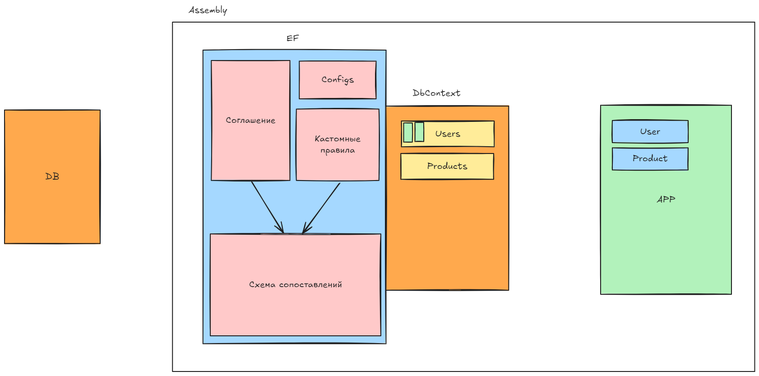
silvercodes/p32_p34_ado_net_ef keeps this Excalidraw diagram as img/ef.excalidraw.png. Above is the earlier version. Source tidied: one line per element, renumbered; positions are measured from the earlier drawing's top-left corner, leaving out a move shared by most shapes.
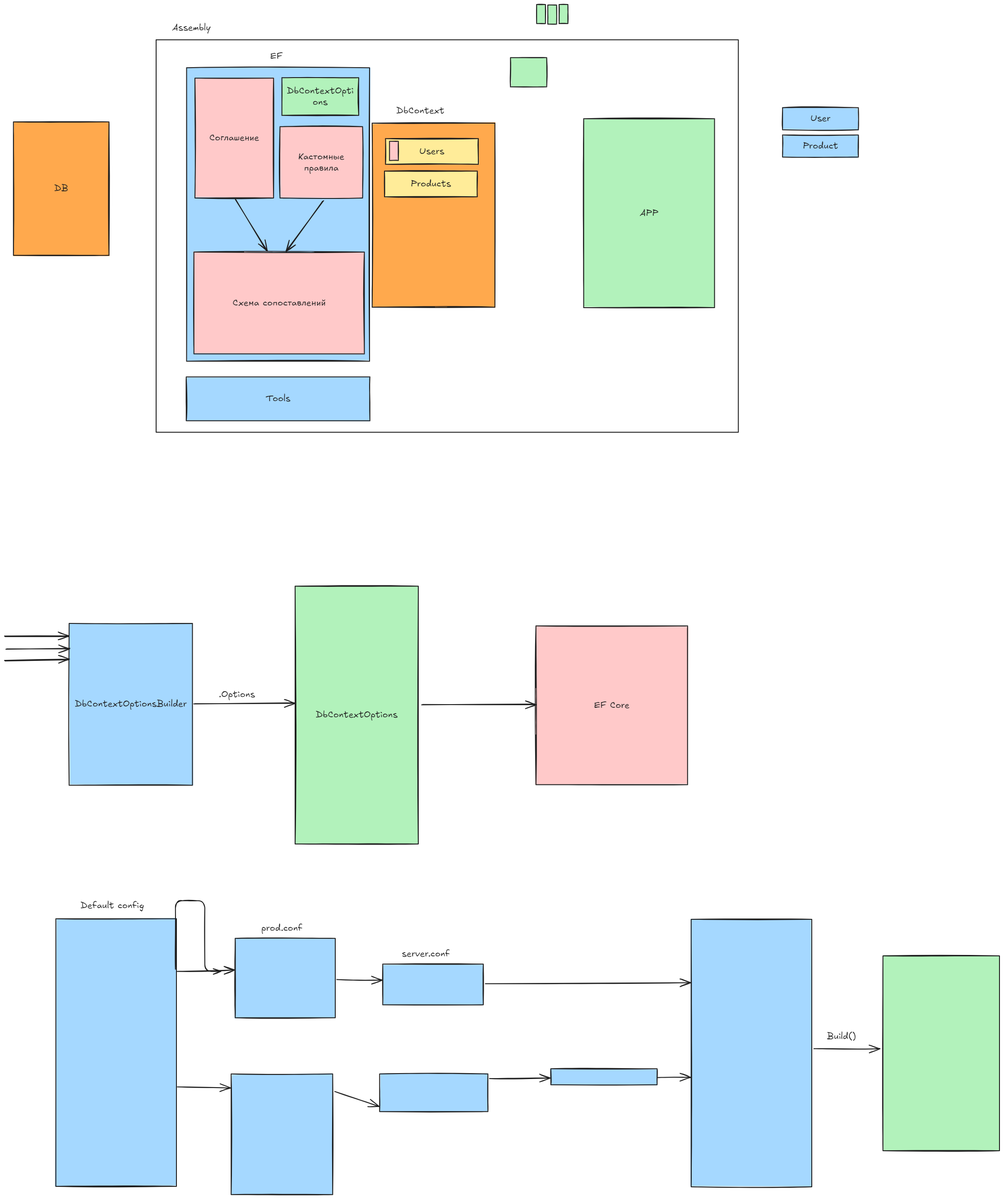
After the commit.

What changed in the source:
```diff
@@ -1,30 +1,66 @@
-{"id": 0, "type": "rectangle", "strokeColor": "#1e1e1e", "backgroundColor": "#ffa94d", "fillStyle": "solid", "strokeWidth": 2, "roughness": 1, "x": 0, "y": 234, "width": 212, "height": 296}
+{"id": 0, "type": "rectangle", "strokeColor": "#1e1e1e", "backgroundColor": "#ffa94d", "fillStyle": "solid", "strokeWidth": 2, "roughness": 1, "x": 56, "y": 221, "width": 212, "height": 296}
-{"id": 1, "type": "text", "text": "DB", "strokeColor": "#1e1e1e", "backgroundColor": "#ffa94d", "fillStyle": "solid", "strokeWidth": 2, "roughness": 1, "fontSize": 20, "fontFamily": 5, "textAlign": "center", "verticalAlign": "middle", "inside": 0, "x": 91, "y": 369, "width": 31, "height": 25}
+{"id": 1, "type": "text", "text": "DB", "strokeColor": "#1e1e1e", "backgroundColor": "#ffa94d", "fillStyle": "solid", "strokeWidth": 2, "roughness": 1, "fontSize": 20, "fontFamily": 5, "textAlign": "center", "verticalAlign": "middle", "inside": 0, "x": 147, "y": 357, "width": 31, "height": 25}
-{"id": 2, "type": "rectangle", "strokeColor": "#1e1e1e", "backgroundColor": "#b2f2bb", "fillStyle": "solid", "strokeWidth": 2, "roughness": 1, "x": 1321, "y": 223, "width": 290, "height": 419}
+{"id": 2, "type": "rectangle", "strokeColor": "#1e1e1e", "backgroundColor": "#b2f2bb", "fillStyle": "solid", "strokeWidth": 2, "roughness": 1, "x": 1320, "y": 214, "width": 290, "height": 419}
-{"id": 3, "type": "text", "text": "APP", "strokeColor": "#1e1e1e", "backgroundColor": "#ffa94d", "fillStyle": "solid", "strokeWidth": 2, "roughness": 1, "fontSize": 20, "fontFamily": 5, "textAlign": "center", "verticalAlign": "middle", "inside": 2, "x": 1445, "y": 420, "width": 41, "height": 25}
+{"id": 3, "type": "text", "text": "APP", "strokeColor": "#1e1e1e", "backgroundColor": "#ffa94d", "fillStyle": "solid", "strokeWidth": 2, "roughness": 1, "fontSize": 20, "fontFamily": 5, "textAlign": "center", "verticalAlign": "middle", "inside": 2, "x": 1444, "y": 411, "width": 41, "height": 25}
 {"id": 4, "type": "rectangle", "strokeColor": "#1e1e1e", "backgroundColor": "#a5d8ff", "fillStyle": "solid", "strokeWidth": 2, "roughness": 1, "x": 440, "y": 101, "width": 406, "height": 650}
 {"id": 5, "type": "text", "text": "EF", "strokeColor": "#1e1e1e", "backgroundColor": "#a5d8ff", "fillStyle": "solid", "strokeWidth": 2, "roughness": 1, "fontSize": 20, "fontFamily": 5, "x": 625, "y": 63, "width": 27, "height": 25}
-{"id": 6, "type": "rectangle", "strokeColor": "#1e1e1e", "backgroundColor": "#ffc9c9", "fillStyle": "solid", "strokeWidth": 2, "roughness": 1, "x": 456, "y": 508, "width": 378, "height": 226}
+{"id": 6, "type": "rectangle", "strokeColor": "#1e1e1e", "backgroundColor": "#ffc9c9", "fillStyle": "solid", "strokeWidth": 2, "roughness": 1, "x": 456, "y": 509, "width": 378, "height": 226}
-{"id": 7, "type": "text", "text": "Схема сопоставлений", "strokeColor": "#1e1e1e", "backgroundColor": "#ffc9c9", "fillStyle": "solid", "strokeWidth": 2, "roughness": 1, "fontSize": 20, "fontFamily": 5, "textAlign": "center", "verticalAlign": "middle", "inside": 6, "x": 542, "y": 609, "width": 206, "height": 25}
+{"id": 7, "type": "text", "text": "Схема сопоставлений", "strokeColor": "#1e1e1e", "backgroundColor": "#ffc9c9", "fillStyle": "solid", "strokeWidth": 2, "roughness": 1, "fontSize": 20, "fontFamily": 5, "textAlign": "center", "verticalAlign": "middle", "inside": 6, "x": 542, "y": 610, "width": 206, "height": 25}
 {"id": 8, "type": "rectangle", "strokeColor": "#1e1e1e", "backgroundColor": "#ffc9c9", "fillStyle": "solid", "strokeWidth": 2, "roughness": 1, "x": 458, "y": 124, "width": 174, "height": 266}
 {"id": 9, "type": "text", "text": "Соглашение", "strokeColor": "#1e1e1e", "backgroundColor": "#ffc9c9", "fillStyle": "solid", "strokeWidth": 2, "roughness": 1, "fontSize": 20, "fontFamily": 5, "textAlign": "center", "verticalAlign": "middle", "inside": 8, "x": 490, "y": 244, "width": 110, "height": 25}
 {"id": 10, "type": "rectangle", "strokeColor": "#1e1e1e", "backgroundColor": "#ffc9c9", "fillStyle": "solid", "strokeWidth": 2, "roughness": 1, "x": 647, "y": 232, "width": 183, "height": 158}
 {"id": 11, "type": "text", "text": "Кастомные\nправила", "strokeColor": "#1e1e1e", "backgroundColor": "#ffc9c9", "fillStyle": "solid", "strokeWidth": 2, "roughness": 1, "fontSize": 20, "fontFamily": 5, "textAlign": "center", "verticalAlign": "middle", "inside": 10, "x": 687, "y": 286, "width": 102, "height": 50}
-{"id": 12, "type": "arrow", "strokeColor": "#1e1e1e", "backgroundColor": "#ffc9c9", "fillStyle": "solid", "strokeWidth": 2, "roughness": 1, "endArrowhead": "arrow", "round": true, "from": 8, "to": 6, "x": 548, "y": 393, "width": 69, "height": 112, "points": [[0, 0], [69, 112]]}
+{"id": 12, "type": "arrow", "strokeColor": "#1e1e1e", "backgroundColor": "#ffc9c9", "fillStyle": "solid", "strokeWidth": 2, "roughness": 1, "endArrowhead": "arrow", "round": true, "from": 8, "to": 6, "x": 548, "y": 393, "width": 69, "height": 113, "points": [[0, 0], [69, 113]]}
-{"id": 13, "type": "arrow", "strokeColor": "#1e1e1e", "backgroundColor": "#ffc9c9", "fillStyle": "solid", "strokeWidth": 2, "roughness": 1, "endArrowhead": "arrow", "round": true, "from": 10, "to": 6, "x": 741, "y": 397, "width": 81, "height": 110, "points": [[0, 0], [-81, 110]]}
+{"id": 13, "type": "arrow", "strokeColor": "#1e1e1e", "backgroundColor": "#ffc9c9", "fillStyle": "solid", "strokeWidth": 2, "roughness": 1, "endArrowhead": "arrow", "round": true, "from": 10, "to": 6, "x": 742, "y": 397, "width": 82, "height": 112, "points": [[0, 0], [-82, 112]]}
-{"id": 14, "type": "rectangle", "strokeColor": "#1e1e1e", "strokeWidth": 2, "roughness": 1, "x": 372, "y": 39, "width": 1290, "height": 774}
+{"id": 14, "type": "rectangle", "strokeColor": "#1e1e1e", "strokeWidth": 2, "roughness": 1, "x": 372, "y": 39, "width": 1290, "height": 870}
 {"id": 15, "type": "text", "text": "Assembly", "strokeColor": "#1e1e1e", "strokeWidth": 2, "roughness": 1, "fontSize": 20, "fontFamily": 5, "x": 408, "y": 0, "width": 85, "height": 25}
-{"id": 16, "type": "rectangle", "strokeColor": "#1e1e1e", "backgroundColor": "#ffa94d", "fillStyle": "solid", "strokeWidth": 2, "roughness": 1, "x": 845, "y": 225, "width": 272, "height": 408}
+{"id": 16, "type": "rectangle", "strokeColor": "#1e1e1e", "backgroundColor": "#ffa94d", "fillStyle": "solid", "strokeWidth": 2, "roughness": 1, "x": 851, "y": 224, "width": 272, "height": 408}
 {"id": 17, "type": "text", "text": "DbContext", "strokeColor": "#1e1e1e", "backgroundColor": "#ffa94d", "fillStyle": "solid", "strokeWidth": 2, "roughness": 1, "fontSize": 20, "fontFamily": 5, "x": 905, "y": 184, "width": 106, "height": 25}
-{"id": 18, "type": "rectangle", "strokeColor": "#1e1e1e", "backgroundColor": "#a5d8ff", "fillStyle": "solid", "strokeWidth": 2, "roughness": 1, "x": 1347, "y": 257, "width": 168, "height": 49}
+{"id": 18, "type": "rectangle", "strokeColor": "#1e1e1e", "backgroundColor": "#a5d8ff", "fillStyle": "solid", "strokeWidth": 2, "roughness": 1, "x": 1761, "y": 189, "width": 168, "height": 49}
-{"id": 19, "type": "text", "text": "User", "strokeColor": "#1e1e1e", "backgroundColor": "#a5d8ff", "fillStyle": "solid", "strokeWidth": 2, "roughness": 1, "fontSize": 20, "fontFamily": 5, "textAlign": "center", "verticalAlign": "middle", "inside": 18, "x": 1409, "y": 269, "width": 44, "height": 25}
+{"id": 19, "type": "text", "text": "User", "strokeColor": "#1e1e1e", "backgroundColor": "#a5d8ff", "fillStyle": "solid", "strokeWidth": 2, "roughness": 1, "fontSize": 20, "fontFamily": 5, "textAlign": "center", "verticalAlign": "middle", "inside": 18, "x": 1822, "y": 202, "width": 44, "height": 25}
-{"id": 20, "type": "rectangle", "strokeColor": "#1e1e1e", "backgroundColor": "#a5d8ff", "fillStyle": "solid", "strokeWidth": 2, "roughness": 1, "x": 1347, "y": 317, "width": 168, "height": 49}
+{"id": 20, "type": "rectangle", "strokeColor": "#1e1e1e", "backgroundColor": "#a5d8ff", "fillStyle": "solid", "strokeWidth": 2, "roughness": 1, "x": 1761, "y": 250, "width": 168, "height": 49}
-{"id": 21, "type": "text", "text": "Product", "strokeColor": "#1e1e1e", "backgroundColor": "#a5d8ff", "fillStyle": "solid", "strokeWidth": 2, "roughness": 1, "fontSize": 20, "fontFamily": 5, "textAlign": "center", "verticalAlign": "middle", "inside": 20, "x": 1392, "y": 330, "width": 78, "height": 25}
+{"id": 21, "type": "text", "text": "Product", "strokeColor": "#1e1e1e", "backgroundColor": "#a5d8ff", "fillStyle": "solid", "strokeWidth": 2, "roughness": 1, "fontSize": 20, "fontFamily": 5, "textAlign": "center", "verticalAlign": "middle", "inside": 20, "x": 1805, "y": 262, "width": 78, "height": 25}
-{"id": 22, "type": "rectangle", "strokeColor": "#1e1e1e", "backgroundColor": "#ffec99", "fillStyle": "solid", "strokeWidth": 2, "roughness": 1, "x": 879, "y": 258, "width": 206, "height": 57}
+{"id": 22, "type": "rectangle", "strokeColor": "#1e1e1e", "backgroundColor": "#ffec99", "fillStyle": "solid", "strokeWidth": 2, "roughness": 1, "x": 881, "y": 258, "width": 206, "height": 57}
-{"id": 23, "type": "text", "text": "Users", "strokeColor": "#1e1e1e", "backgroundColor": "#ffec99", "fillStyle": "solid", "strokeWidth": 2, "roughness": 1, "fontSize": 20, "fontFamily": 5, "textAlign": "center", "verticalAlign": "middle", "inside": 22, "x": 955, "y": 274, "width": 55, "height": 25}
+{"id": 23, "type": "text", "text": "Users", "strokeColor": "#1e1e1e", "backgroundColor": "#ffec99", "fillStyle": "solid", "strokeWidth": 2, "roughness": 1, "fontSize": 20, "fontFamily": 5, "textAlign": "center", "verticalAlign": "middle", "inside": 22, "x": 956, "y": 274, "width": 55, "height": 25}
 {"id": 24, "type": "rectangle", "strokeColor": "#1e1e1e", "backgroundColor": "#ffec99", "fillStyle": "solid", "strokeWidth": 2, "roughness": 1, "x": 878, "y": 330, "width": 206, "height": 57}
 {"id": 25, "type": "text", "text": "Products", "strokeColor": "#1e1e1e", "backgroundColor": "#ffec99", "fillStyle": "solid", "strokeWidth": 2, "roughness": 1, "fontSize": 20, "fontFamily": 5, "textAlign": "center", "verticalAlign": "middle", "inside": 24, "x": 937, "y": 346, "width": 89, "height": 25}
-{"id": 26, "type": "rectangle", "strokeColor": "#1e1e1e", "backgroundColor": "#ffc9c9", "fillStyle": "solid", "strokeWidth": 2, "roughness": 1, "x": 653, "y": 125, "width": 170, "height": 83}
+{"id": 26, "type": "rectangle", "strokeColor": "#1e1e1e", "backgroundColor": "#b2f2bb", "fillStyle": "solid", "strokeWidth": 2, "roughness": 1, "x": 651, "y": 123, "width": 170, "height": 83}
-{"id": 27, "type": "text", "text": "Configs", "strokeColor": "#1e1e1e", "backgroundColor": "#ffc9c9", "fillStyle": "solid", "strokeWidth": 2, "roughness": 1, "fontSize": 20, "fontFamily": 5, "textAlign": "center", "verticalAlign": "middle", "inside": 26, "x": 702, "y": 155, "width": 72, "height": 25}
+{"id": 27, "type": "text", "text": "DbContextOpti\nons", "strokeColor": "#1e1e1e", "backgroundColor": "#ffc9c9", "fillStyle": "solid", "strokeWidth": 2, "roughness": 1, "fontSize": 20, "fontFamily": 5, "textAlign": "center", "verticalAlign": "middle", "inside": 26, "x": 662, "y": 140, "width": 148, "height": 50}
+{"id": 30, "type": "rectangle", "strokeColor": "#1e1e1e", "backgroundColor": "#ffc9c9", "fillStyle": "solid", "strokeWidth": 2, "roughness": 1, "x": 890, "y": 264, "width": 19, "height": 42}
+{"id": 31, "type": "rectangle", "strokeColor": "#1e1e1e", "backgroundColor": "#b2f2bb", "fillStyle": "solid", "strokeWidth": 2, "roughness": 1, "x": 1216, "y": -39, "width": 19, "height": 42}
+{"id": 32, "type": "rectangle", "strokeColor": "#1e1e1e", "backgroundColor": "#a5d8ff", "fillStyle": "solid", "strokeWidth": 2, "roughness": 1, "x": 439, "y": 786, "width": 407, "height": 97}
+{"id": 33, "type": "text", "text": "Tools", "strokeColor": "#1e1e1e", "backgroundColor": "#a5d8ff", "fillStyle": "solid", "strokeWidth": 2, "roughness": 1, "fontSize": 20, "fontFamily": 5, "textAlign": "center", "verticalAlign": "middle", "inside": 32, "x": 615, "y": 823, "width": 55, "height": 25}
+{"id": 34, "type": "rectangle", "strokeColor": "#1e1e1e", "backgroundColor": "#b2f2bb", "fillStyle": "solid", "strokeWidth": 2, "roughness": 1, "x": 680, "y": 1250, "width": 273, "height": 571}
+{"id": 35, "type": "text", "text": "DbContextOptions", "strokeColor": "#1e1e1e", "backgroundColor": "#b2f2bb", "fillStyle": "solid", "strokeWidth": 2, "roughness": 1, "fontSize": 20, "fontFamily": 5, "textAlign": "center", "verticalAlign": "middle", "inside": 34, "x": 726, "y": 1524, "width": 181, "height": 25}
+{"id": 36, "type": "rectangle", "strokeColor": "#1e1e1e", "backgroundColor": "#ffc9c9", "fillStyle": "solid", "strokeWidth": 2, "roughness": 1, "x": 1214, "y": 1338, "width": 336, "height": 352}
+{"id": 37, "type": "text", "text": "EF Core", "strokeColor": "#1e1e1e", "backgroundColor": "#ffc9c9", "fillStyle": "solid", "strokeWidth": 2, "roughness": 1, "fontSize": 20, "fontFamily": 5, "textAlign": "center", "verticalAlign": "middle", "inside": 36, "x": 1343, "y": 1502, "width": 79, "height": 25}
+{"id": 38, "type": "arrow", "strokeColor": "#1e1e1e", "backgroundColor": "#ffc9c9", "fillStyle": "solid", "strokeWidth": 2, "roughness": 1, "endArrowhead": "arrow", "round": true, "from": 34, "to": 36, "x": 961, "y": 1513, "width": 252, "height": 1, "points": [[0, 0], [252, -1]]}
+{"id": 39, "type": "rectangle", "strokeColor": "#1e1e1e", "backgroundColor": "#a5d8ff", "fillStyle": "solid", "strokeWidth": 2, "roughness": 1, "x": 180, "y": 1333, "width": 273, "height": 359}
+{"id": 40, "type": "text", "text": "DbContextOptionsBuilder", "strokeColor": "#1e1e1e", "backgroundColor": "#b2f2bb", "fillStyle": "solid", "strokeWidth": 2, "roughness": 1, "fontSize": 20, "fontFamily": 5, "textAlign": "center", "verticalAlign": "middle", "inside": 39, "x": 192, "y": 1500, "width": 248, "height": 25}
+{"id": 41, "type": "arrow", "strokeColor": "#1e1e1e", "backgroundColor": "#a5d8ff", "fillStyle": "solid", "strokeWidth": 2, "roughness": 1, "endArrowhead": "arrow", "round": true, "from": 39, "to": 34, "x": 456, "y": 1510, "width": 223, "height": 1, "points": [[0, 0], [223, -1]]}
+{"id": 42, "type": "arrow", "strokeColor": "#1e1e1e", "backgroundColor": "#a5d8ff", "fillStyle": "solid", "strokeWidth": 2, "roughness": 1, "endArrowhead": "arrow", "round": true, "to": 39, "x": 37, "y": 1362, "width": 142, "height": 1, "points": [[0, 0], [142, -1]]}
+{"id": 43, "type": "arrow", "strokeColor": "#1e1e1e", "backgroundColor": "#a5d8ff", "fillStyle": "solid", "strokeWidth": 2, "roughness": 1, "endArrowhead": "arrow", "round": true, "to": 39, "x": 40, "y": 1390, "width": 141, "height": 1, "points": [[0, 0], [141, -1]]}
+{"id": 44, "type": "arrow", "strokeColor": "#1e1e1e", "backgroundColor": "#a5d8ff", "fillStyle": "solid", "strokeWidth": 2, "roughness": 1, "endArrowhead": "arrow", "round": true, "to": 39, "x": 37, "y": 1416, "width": 142, "height": 3, "points": [[0, 0], [142, -3]]}
+{"id": 45, "type": "text", "text": ".Options", "strokeColor": "#1e1e1e", "backgroundColor": "#a5d8ff", "fillStyle": "solid", "strokeWidth": 2, "roughness": 1, "fontSize": 20, "fontFamily": 5, "x": 511, "y": 1478, "width": 80, "height": 25}
+{"id": 46, "type": "rectangle", "strokeColor": "#1e1e1e", "backgroundColor": "#a5d8ff", "fillStyle": "solid", "strokeWidth": 2, "roughness": 1, "x": 150, "y": 1988, "width": 267, "height": 593}
+{"id": 47, "type": "text", "text": "Default config", "strokeColor": "#1e1e1e", "backgroundColor": "#a5d8ff", "fillStyle": "solid", "strokeWidth": 2, "roughness": 1, "fontSize": 20, "fontFamily": 5, "x": 205, "y": 1946, "width": 141, "height": 25}
+{"id": 48, "type": "rectangle", "strokeColor": "#1e1e1e", "backgroundColor": "#a5d8ff", "fillStyle": "solid", "strokeWidth": 2, "roughness": 1, "x": 548, "y": 2031, "width": 222, "height": 176}
+{"id": 49, "type": "rectangle", "strokeColor": "#1e1e1e", "backgroundColor": "#a5d8ff", "fillStyle": "solid", "strokeWidth": 2, "roughness": 1, "x": 874, "y": 2088, "width": 223, "height": 90}
+{"id": 50, "type": "rectangle", "strokeColor": "#1e1e1e", "backgroundColor": "#a5d8ff", "fillStyle": "solid", "strokeWidth": 2, "roughness": 1, "x": 538, "y": 2332, "width": 225, "height": 267}
+{"id": 51, "type": "rectangle", "strokeColor": "#1e1e1e", "backgroundColor": "#a5d8ff", "fillStyle": "solid", "strokeWidth": 2, "roughness": 1, "x": 868, "y": 2332, "width": 240, "height": 83}
+{"id": 52, "type": "rectangle", "strokeColor": "#1e1e1e", "backgroundColor": "#a5d8ff", "fillStyle": "solid", "strokeWidth": 2, "roughness": 1, "x": 1247, "y": 2320, "width": 235, "height": 35}
+{"id": 53, "type": "rectangle", "strokeColor": "#1e1e1e", "backgroundColor": "#a5d8ff", "fillStyle": "solid", "strokeWidth": 2, "roughness": 1, "x": 1558, "y": 1989, "width": 267, "height": 593}
+{"id": 54, "type": "arrow", "strokeColor": "#1e1e1e", "backgroundColor": "#a5d8ff", "fillStyle": "solid", "strokeWidth": 2, "roughness": 1, "endArrowhead": "arrow", "from": 46, "to": 48, "x": 418, "y": 2104, "width": 128, "height": 3, "points": [[0, 0], [128, -3]]}
+{"id": 55, "type": "text", "text": "prod.conf", "strokeColor": "#1e1e1e", "backgroundColor": "#a5d8ff", "fillStyle": "solid", "strokeWidth": 2, "roughness": 1, "fontSize": 20, "fontFamily": 5, "x": 605, "y": 1996, "width": 91, "height": 25}
+{"id": 56, "type": "arrow", "strokeColor": "#1e1e1e", "backgroundColor": "#a5d8ff", "fillStyle": "solid", "strokeWidth": 2, "roughness": 1, "endArrowhead": "arrow", "from": 48, "to": 49, "x": 773, "y": 2122, "width": 101, "height": 1, "points": [[0, 0], [101, 1]]}
+{"id": 57, "type": "text", "text": "server.conf", "strokeColor": "#1e1e1e", "backgroundColor": "#a5d8ff", "fillStyle": "solid", "strokeWidth": 2, "roughness": 1, "fontSize": 20, "fontFamily": 5, "x": 917, "y": 2054, "width": 106, "height": 25}
+{"id": 58, "type": "arrow", "strokeColor": "#1e1e1e", "backgroundColor": "#a5d8ff", "fillStyle": "solid", "strokeWidth": 2, "roughness": 1, "endArrowhead": "arrow", "from": 49, "to": 53, "x": 1102, "y": 2132, "width": 455, "height": 2, "points": [[0, 0], [455, -2]]}
+{"id": 59, "type": "arrow", "strokeColor": "#1e1e1e", "backgroundColor": "#a5d8ff", "fillStyle": "solid", "strokeWidth": 2, "roughness": 1, "endArrowhead": "arrow", "from": 46, "to": 50, "x": 420, "y": 2360, "width": 118, "height": 2, "points": [[0, 0], [118, 2]]}
+{"id": 60, "type": "arrow", "strokeColor": "#1e1e1e", "backgroundColor": "#a5d8ff", "fillStyle": "solid", "strokeWidth": 2, "roughness": 1, "endArrowhead": "arrow", "from": 50, "to": 51, "x": 768, "y": 2370, "width": 98, "height": 33, "points": [[0, 0], [98, 33]]}
+{"id": 61, "type": "arrow", "strokeColor": "#1e1e1e", "backgroundColor": "#a5d8ff", "fillStyle": "solid", "strokeWidth": 2, "roughness": 1, "endArrowhead": "arrow", "from": 51, "to": 52, "x": 1111, "y": 2342, "width": 135, "height": 1, "points": [[0, 0], [135, -1]]}
+{"id": 62, "type": "arrow", "strokeColor": "#1e1e1e", "backgroundColor": "#a5d8ff", "fillStyle": "solid", "strokeWidth": 2, "roughness": 1, "endArrowhead": "arrow", "from": 52, "to": 53, "x": 1484, "y": 2340, "width": 73, "height": 0, "points": [[0, 0], [73, 0]]}
+{"id": 63, "type": "arrow", "strokeColor": "#1e1e1e", "backgroundColor": "#a5d8ff", "fillStyle": "solid", "strokeWidth": 2, "roughness": 1, "endArrowhead": "arrow", "from": 53, "x": 1830, "y": 2276, "width": 146, "height": 0, "points": [[0, 0], [146, 0]]}
+{"id": 64, "type": "rectangle", "strokeColor": "#1e1e1e", "backgroundColor": "#b2f2bb", "fillStyle": "solid", "strokeWidth": 2, "roughness": 1, "x": 1983, "y": 2070, "width": 258, "height": 432}
+{"id": 65, "type": "text", "text": "Build()", "strokeColor": "#1e1e1e", "backgroundColor": "#b2f2bb", "fillStyle": "solid", "strokeWidth": 2, "roughness": 1, "fontSize": 20, "fontFamily": 5, "x": 1859, "y": 2236, "width": 65, "height": 25}
-{"id": 28, "type": "rectangle", "strokeColor": "#1e1e1e", "backgroundColor": "#b2f2bb", "fillStyle": "solid", "strokeWidth": 2, "roughness": 1, "x": 884, "y": 262, "width": 19, "height": 42}
+{"id": 28, "type": "rectangle", "strokeColor": "#1e1e1e", "backgroundColor": "#b2f2bb", "fillStyle": "solid", "strokeWidth": 2, "roughness": 1, "x": 1240, "y": -38, "width": 19, "height": 42}
-{"id": 29, "type": "rectangle", "strokeColor": "#1e1e1e", "backgroundColor": "#b2f2bb", "fillStyle": "solid", "strokeWidth": 2, "roughness": 1, "x": 910, "y": 261, "width": 19, "height": 42}
+{"id": 29, "type": "rectangle", "strokeColor": "#1e1e1e", "backgroundColor": "#b2f2bb", "fillStyle": "solid", "strokeWidth": 2, "roughness": 1, "x": 1265, "y": -39, "width": 19, "height": 42}
```
